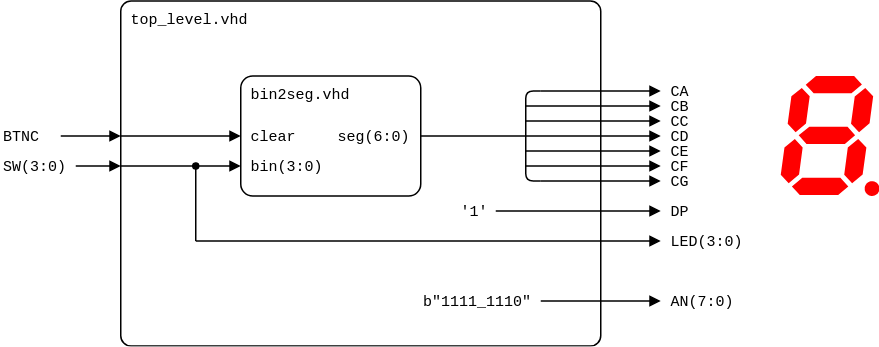
Before: lab3-segment/images/top-level_1-digit.png, a diagram exported from draw.io (tomas-fryza/vhdl-course). Source tidied: cells renumbered, new cells last; positions are measured from the earlier drawing's top-left corner, leaving out a move shared by most shapes.
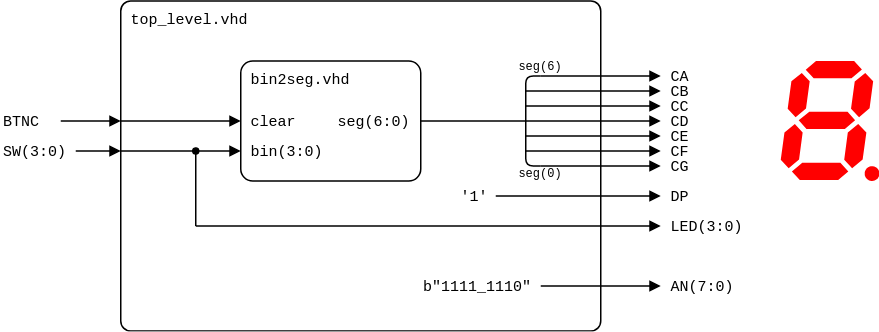
Later version of the same file.

What changed in the source:
```diff
@@ -3,7 +3,7 @@
     <mxCell id="0" />
     <mxCell id="1" parent="0" />
     <mxCell id="2" value="top_level.vhd" style="rounded=1;arcSize=3;whiteSpace=wrap;html=1;align=left;verticalAlign=top;fontFamily=Courier New;absoluteArcSize=0;fillColor=none;fontSize=10;spacingLeft=5;imageHeight=24;" parent="1" vertex="1">
-      <mxGeometry x="80" width="320" height="230" as="geometry" />
+      <mxGeometry x="80" y="10" width="320" height="220" as="geometry" />
     </mxCell>
     <mxCell id="3" value="bin2seg.vhd" style="rounded=1;arcSize=10;align=left;verticalAlign=top;fontFamily=Courier New;absoluteArcSize=0;fillColor=none;fixDash=0;fontSize=10;spacingLeft=5;labelBorderColor=none;spacingTop=0;spacing=2;labelBackgroundColor=none;whiteSpace=wrap;html=1;strokeWidth=1;shadow=0;glass=0;" parent="1" vertex="1">
       <mxGeometry x="160" y="50" width="120" height="80" as="geometry" />
@@ -175,5 +175,11 @@
     <mxCell id="39" style="verticalLabelPosition=bottom;shadow=0;dashed=0;align=center;html=1;verticalAlign=top;shape=mxgraph.electrical.opto_electronics.7_segment_display_with_dp;fillColor=#FF0000;strokeColor=none;" parent="1" vertex="1">
       <mxGeometry x="520" y="50" width="65.8" height="80" as="geometry" />
     </mxCell>
+    <mxCell id="40" value="&lt;div style=&quot;line-height: 100%; font-size: 8px;&quot;&gt;seg(6)&lt;/div&gt;" style="text;html=1;align=center;verticalAlign=middle;whiteSpace=wrap;rounded=0;fontFamily=Courier New;fontSize=8;fillOpacity=100;spacing=2;spacingRight=0;" parent="1" vertex="1">
+      <mxGeometry x="335" y="44" width="50" height="20" as="geometry" />
+    </mxCell>
+    <mxCell id="41" value="&lt;div style=&quot;line-height: 100%; font-size: 8px;&quot;&gt;seg(0)&lt;/div&gt;" style="text;html=1;align=center;verticalAlign=middle;whiteSpace=wrap;rounded=0;fontFamily=Courier New;fontSize=8;fillOpacity=100;spacing=2;spacingRight=0;" parent="1" vertex="1">
+      <mxGeometry x="335" y="115" width="50" height="20" as="geometry" />
+    </mxCell>
   </root>
 </mxGraphModel>
```
